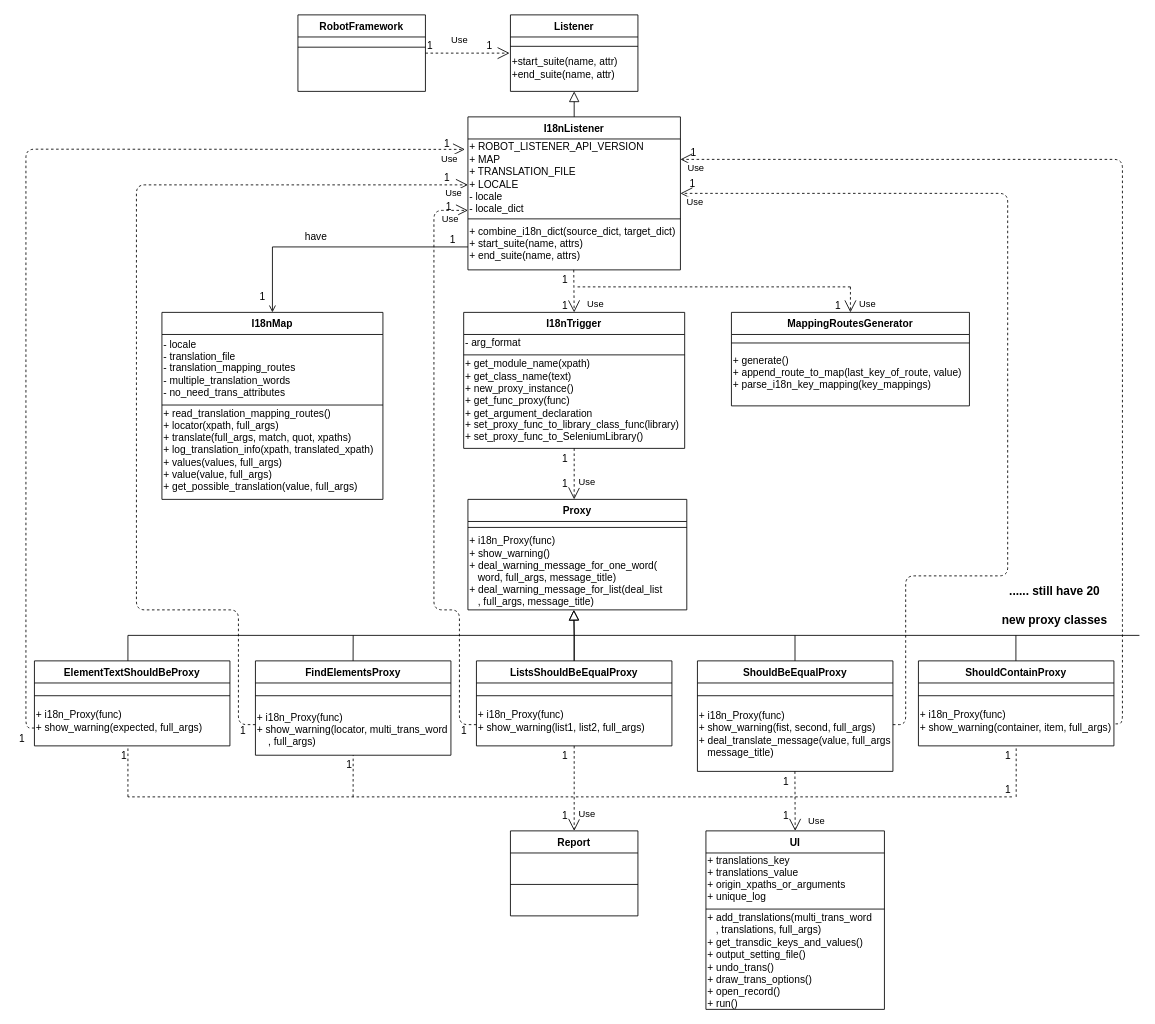
The draw.io diagram page "i18n class diagram" (1 of 5) of UML/i18n class diagram.drawio in Rexmen/i18n, before the edit. Source tidied: cells renumbered, new cells numbered last; positions are measured from the earlier drawing's top-left corner, leaving out a move shared by most shapes. Both pictures are drawn from the tidied source at 85%, with x=0, y=0 at pixel (26, 14).
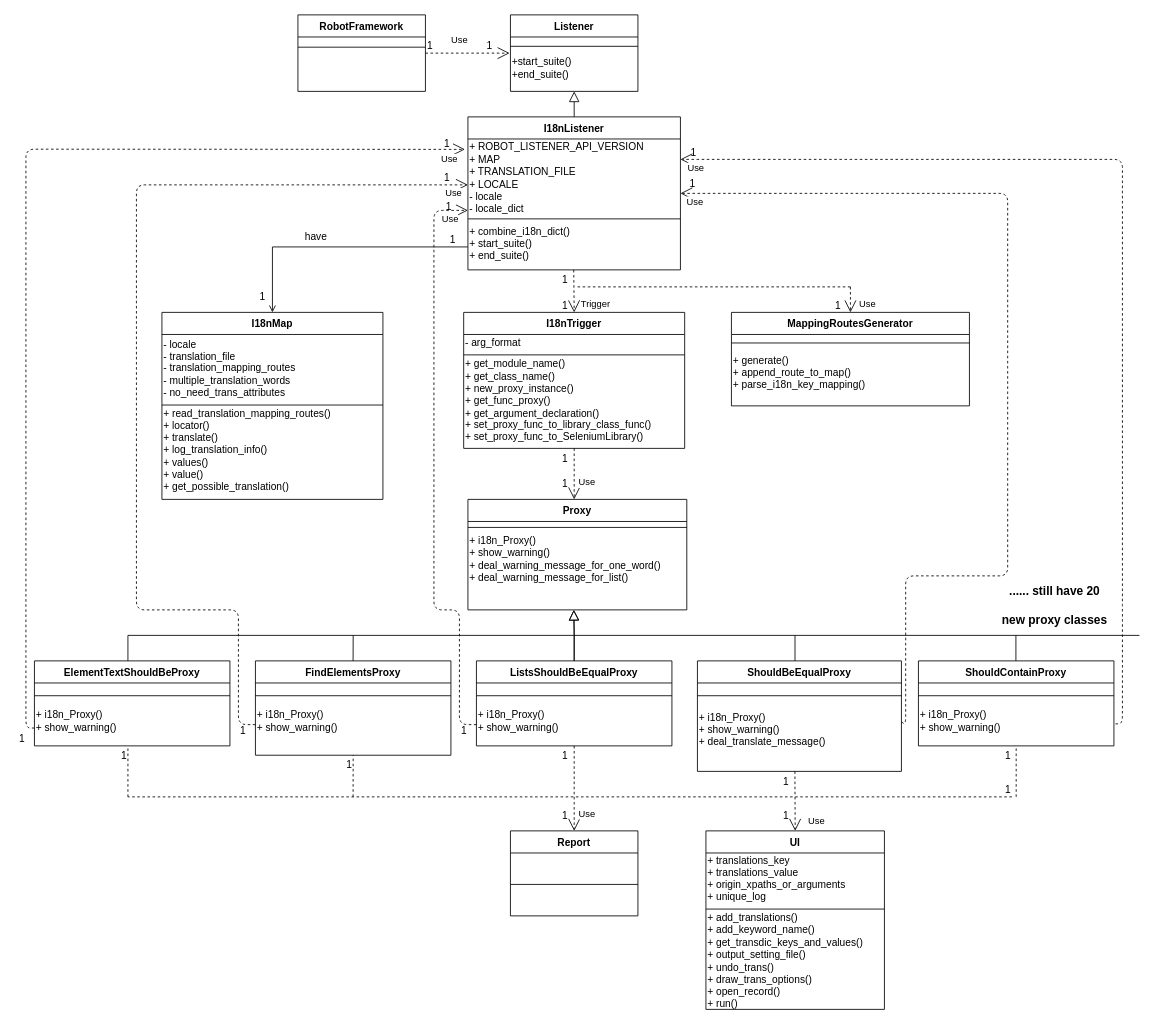
Above is the later version.

Unchanged cells that the change refers to:
```xml
<mxCell id="2" value="I18nListener" style="swimlane;fontStyle=1;align=center;verticalAlign=top;horizontal=1;startSize=26;rounded=0;shadow=0;strokeWidth=1;" parent="1" vertex="1">
  <mxGeometry x="520" y="120" width="250" height="180" as="geometry" />
</mxCell>
<mxCell id="6" value="FindElementsProxy" style="swimlane;fontStyle=1;align=center;verticalAlign=top;horizontal=1;startSize=26;rounded=0;shadow=0;strokeWidth=1;" parent="1" vertex="1">
  <mxGeometry x="270" y="760" width="230" height="111" as="geometry" />
</mxCell>
<mxCell id="13" value="Listener" style="swimlane;fontStyle=1;align=center;verticalAlign=top;horizontal=1;startSize=26;rounded=0;shadow=0;strokeWidth=1;" parent="1" vertex="1">
  <mxGeometry x="570" width="150" height="90" as="geometry" />
</mxCell>
<mxCell id="16" value="I18nMap" style="swimlane;fontStyle=1;align=center;verticalAlign=top;horizontal=1;startSize=26;rounded=0;shadow=0;strokeWidth=1;" parent="1" vertex="1">
  <mxGeometry x="160" y="350" width="260" height="220" as="geometry" />
</mxCell>
<mxCell id="20" value="MappingRoutesGenerator" style="swimlane;fontStyle=1;align=center;verticalAlign=top;horizontal=1;startSize=26;rounded=0;shadow=0;strokeWidth=1;" parent="1" vertex="1">
  <mxGeometry x="830" y="350" width="280" height="110" as="geometry" />
</mxCell>
<mxCell id="23" value="I18nTrigger" style="swimlane;fontStyle=1;align=center;verticalAlign=top;horizontal=1;startSize=26;rounded=0;shadow=0;strokeWidth=1;" parent="1" vertex="1">
  <mxGeometry x="515" y="350" width="260" height="160" as="geometry" />
</mxCell>
<mxCell id="27" value="Proxy" style="swimlane;fontStyle=1;align=center;verticalAlign=top;horizontal=1;startSize=26;rounded=0;shadow=0;strokeWidth=1;" parent="1" vertex="1">
  <mxGeometry x="520" y="570" width="257.5" height="130" as="geometry" />
</mxCell>
<mxCell id="36" value="ElementTextShouldBeProxy" style="swimlane;fontStyle=1;align=center;verticalAlign=top;horizontal=1;startSize=26;rounded=0;shadow=0;strokeWidth=1;" parent="1" vertex="1">
  <mxGeometry x="10" y="760" width="230" height="100" as="geometry" />
</mxCell>
<mxCell id="42" value="UI" style="swimlane;fontStyle=1;align=center;verticalAlign=top;horizontal=1;startSize=26;rounded=0;shadow=0;strokeWidth=1;" parent="1" vertex="1">
  <mxGeometry x="800" y="960" width="210" height="210" as="geometry" />
</mxCell>
<mxCell id="88" value="ListsShouldBeEqualProxy" style="swimlane;fontStyle=1;align=center;verticalAlign=top;horizontal=1;startSize=26;rounded=0;shadow=0;strokeWidth=1;" parent="1" vertex="1">
  <mxGeometry x="530" y="760" width="230" height="100" as="geometry" />
</mxCell>
<mxCell id="91" value="ShouldContainProxy" style="swimlane;fontStyle=1;align=center;verticalAlign=top;horizontal=1;startSize=26;rounded=0;shadow=0;strokeWidth=1;" parent="1" vertex="1">
  <mxGeometry x="1050" y="760" width="230" height="100" as="geometry" />
</mxCell>
```

What changed in the source:
```diff
@@
-    <mxCell id="5" value="+ combine_i18n_dict(source_dict, target_dict)&lt;br&gt;+ start_suite(name, attrs)&lt;br&gt;+ end_suite(name, attrs)" style="text;html=1;align=left;verticalAlign=middle;strokeColor=none;" parent="2" vertex="1">
+    <mxCell id="5" value="+ combine_i18n_dict()&lt;br&gt;+ start_suite()&lt;br&gt;+ end_suite()" style="text;html=1;align=left;verticalAlign=middle;strokeColor=none;" parent="2" vertex="1">
       <mxGeometry y="124" width="250" height="50" as="geometry" />
     </mxCell>
@@
-    <mxCell id="8" value="+ i18n_Proxy(func)&lt;br&gt;+ show_warning(locator, multi_trans_word&lt;br&gt;&amp;nbsp; &amp;nbsp; , full_args)" style="text;html=1;align=left;verticalAlign=middle;strokeColor=none;" parent="6" vertex="1">
-      <mxGeometry y="56" width="230" height="50" as="geometry" />
+    <mxCell id="8" value="+ i18n_Proxy()&lt;br&gt;+ show_warning()" style="text;html=1;align=left;verticalAlign=middle;strokeColor=none;" parent="6" vertex="1">
+      <mxGeometry y="56" width="230" height="30" as="geometry" />
     </mxCell>
     <mxCell id="9" value="ShouldBeEqualProxy" style="swimlane;fontStyle=1;align=center;verticalAlign=top;horizontal=1;startSize=26;rounded=0;shadow=0;strokeWidth=1;" parent="1" vertex="1">
-      <mxGeometry x="790" y="760" width="230" height="130" as="geometry" />
+      <mxGeometry x="790" y="760" width="240" height="130" as="geometry" />
     </mxCell>
     <mxCell id="10" style="line;html=1;strokeWidth=1;align=left;verticalAlign=middle;spacingTop=-1;spacingLeft=3;spacingRight=3;labelPosition=right;" parent="9" vertex="1">
-      <mxGeometry y="26" width="230" height="30" as="geometry" />
+      <mxGeometry y="26" width="240" height="30" as="geometry" />
     </mxCell>
-    <mxCell id="11" value="+ i18n_Proxy(func)&lt;br&gt;+ show_warning(fist, second, full_args)&lt;br&gt;+ deal_translate_message(value, full_args&lt;br&gt;&amp;nbsp; &amp;nbsp;message_title)" style="text;html=1;align=left;verticalAlign=middle;points=[];strokeColor=none;" parent="9" vertex="1">
-      <mxGeometry y="56" width="230" height="60" as="geometry" />
+    <mxCell id="11" value="+ i18n_Proxy()&lt;br&gt;+ show_warning()&lt;br&gt;+ deal_translate_message()" style="text;html=1;align=left;verticalAlign=middle;points=[];strokeColor=none;" parent="9" vertex="1">
+      <mxGeometry y="56" width="240" height="50" as="geometry" />
     </mxCell>
@@
-    <mxCell id="15" value="+start_suite(name, attr)&lt;br&gt;+end_suite(name, attr)" style="text;html=1;align=left;verticalAlign=middle;strokeColor=none;" parent="13" vertex="1">
+    <mxCell id="15" value="+start_suite()&lt;br&gt;+end_suite()" style="text;html=1;align=left;verticalAlign=middle;strokeColor=none;" parent="13" vertex="1">
       <mxGeometry y="48" width="150" height="30" as="geometry" />
     </mxCell>
@@
-    <mxCell id="19" value="+ read_translation_mapping_routes()&lt;br&gt;+ locator(xpath, full_args)&lt;br&gt;+ translate(full_args, match, quot, xpaths)&lt;br&gt;+ log_translation_info(xpath, translated_xpath)&lt;br&gt;+ values(values, full_args)&lt;br&gt;+ value(value, full_args)&lt;br&gt;+ get_possible_translation(value, full_args)" style="text;html=1;align=left;verticalAlign=middle;strokeColor=none;" parent="16" vertex="1">
+    <mxCell id="19" value="+ read_translation_mapping_routes()&lt;br&gt;+ locator()&lt;br&gt;+ translate()&lt;br&gt;+ log_translation_info()&lt;br&gt;+ values()&lt;br&gt;+ value()&lt;br&gt;+ get_possible_translation()" style="text;html=1;align=left;verticalAlign=middle;strokeColor=none;" parent="16" vertex="1">
       <mxGeometry y="112" width="260" height="100" as="geometry" />
     </mxCell>
@@
-    <mxCell id="22" value="+ generate()&lt;br&gt;+ append_route_to_map(last_key_of_route, value)&lt;br&gt;+ parse_i18n_key_mapping(key_mappings)" style="text;html=1;align=left;verticalAlign=middle;strokeColor=none;" parent="20" vertex="1">
+    <mxCell id="22" value="+ generate()&lt;br&gt;+ append_route_to_map()&lt;br&gt;+ parse_i18n_key_mapping()" style="text;html=1;align=left;verticalAlign=middle;strokeColor=none;" parent="20" vertex="1">
       <mxGeometry y="46" width="280" height="50" as="geometry" />
     </mxCell>
@@
-    <mxCell id="26" value="+ get_module_name(xpath)&lt;br&gt;+ get_class_name(text)&lt;br&gt;+ new_proxy_instance()&lt;br&gt;+ get_func_proxy(func)&lt;br&gt;+ get_argument_declaration&lt;br&gt;+ set_proxy_func_to_library_class_func(library)&lt;br&gt;+ set_proxy_func_to_SeleniumLibrary()" style="text;html=1;align=left;verticalAlign=middle;strokeColor=none;" parent="23" vertex="1">
+    <mxCell id="26" value="+ get_module_name()&lt;br&gt;+ get_class_name()&lt;br&gt;+ new_proxy_instance()&lt;br&gt;+ get_func_proxy()&lt;br&gt;+ get_argument_declaration()&lt;br&gt;+ set_proxy_func_to_library_class_func()&lt;br&gt;+ set_proxy_func_to_SeleniumLibrary()" style="text;html=1;align=left;verticalAlign=middle;strokeColor=none;" parent="23" vertex="1">
       <mxGeometry y="54" width="260" height="100" as="geometry" />
     </mxCell>
@@
-    <mxCell id="29" value="+ i18n_Proxy(func)&lt;br&gt;+ show_warning()&lt;br&gt;+ deal_warning_message_for_one_word(&lt;br&gt;&amp;nbsp; &amp;nbsp;word, full_args, message_title)&lt;br&gt;+ deal_warning_message_for_list(deal_list&lt;br&gt;&amp;nbsp; &amp;nbsp;, full_args, message_title)" style="text;html=1;align=left;verticalAlign=middle;strokeColor=none;" parent="27" vertex="1">
-      <mxGeometry y="40" width="257.5" height="90" as="geometry" />
+    <mxCell id="29" value="+ i18n_Proxy()&lt;br&gt;+ show_warning()&lt;br&gt;+ deal_warning_message_for_one_word()&lt;br&gt;+ deal_warning_message_for_list()" style="text;html=1;align=left;verticalAlign=middle;strokeColor=none;" parent="27" vertex="1">
+      <mxGeometry y="40" width="257.5" height="60" as="geometry" />
     </mxCell>
@@
-    <mxCell id="38" value="+ i18n_Proxy(func)&lt;br&gt;+ show_warning(expected, full_args)" style="text;html=1;align=left;verticalAlign=middle;strokeColor=none;" parent="36" vertex="1">
+    <mxCell id="38" value="+ i18n_Proxy()&lt;br&gt;+ show_warning()" style="text;html=1;align=left;verticalAlign=middle;strokeColor=none;" parent="36" vertex="1">
       <mxGeometry y="56" width="230" height="30" as="geometry" />
     </mxCell>
@@
-    <mxCell id="45" value="+ add_translations(multi_trans_word&lt;br&gt;&amp;nbsp; &amp;nbsp;, translations, full_args)&amp;nbsp;&lt;br&gt;+ get_transdic_keys_and_values()&lt;br&gt;+ output_setting_file()&lt;br&gt;+ undo_trans()&lt;br&gt;+ draw_trans_options()&lt;br&gt;+ open_record()&lt;br&gt;+ run()" style="text;html=1;align=left;verticalAlign=middle;strokeColor=none;" parent="42" vertex="1">
+    <mxCell id="45" value="+ add_translations()&amp;nbsp;&lt;br&gt;+ add_keyword_name()&lt;br&gt;+ get_transdic_keys_and_values()&lt;br&gt;+ output_setting_file()&lt;br&gt;+ undo_trans()&lt;br&gt;+ draw_trans_options()&lt;br&gt;+ open_record()&lt;br&gt;+ run()" style="text;html=1;align=left;verticalAlign=middle;strokeColor=none;" parent="42" vertex="1">
       <mxGeometry y="98" width="210" height="110" as="geometry" />
     </mxCell>
@@
-    <mxCell id="52" value="Use" style="endArrow=open;endSize=12;dashed=1;html=1;" parent="1" edge="1">
+    <mxCell id="52" value="Trigger" style="endArrow=open;endSize=12;dashed=1;html=1;" parent="1" edge="1">
       <mxGeometry x="0.61" y="25" relative="1" as="geometry">
         <mxPoint x="644.5" y="300" as="sourcePoint" />
         <mxPoint x="645" y="350" as="targetPoint" />
       </mxGeometry>
     </mxCell>
@@
-    <mxCell id="90" value="+ i18n_Proxy(func)&lt;br&gt;+ show_warning(list1, list2, full_args)" style="text;html=1;align=left;verticalAlign=middle;strokeColor=none;" parent="88" vertex="1">
+    <mxCell id="90" value="+ i18n_Proxy()&lt;br&gt;+ show_warning()" style="text;html=1;align=left;verticalAlign=middle;strokeColor=none;" parent="88" vertex="1">
       <mxGeometry y="56" width="230" height="30" as="geometry" />
     </mxCell>
@@
-    <mxCell id="93" value="+ i18n_Proxy(func)&lt;br&gt;+ show_warning(container, item, full_args)" style="text;html=1;align=left;verticalAlign=middle;points=[];strokeColor=none;" parent="91" vertex="1">
+    <mxCell id="93" value="+ i18n_Proxy()&lt;br&gt;+ show_warning()" style="text;html=1;align=left;verticalAlign=middle;points=[];strokeColor=none;" parent="91" vertex="1">
       <mxGeometry y="56" width="230" height="30" as="geometry" />
     </mxCell>
```
